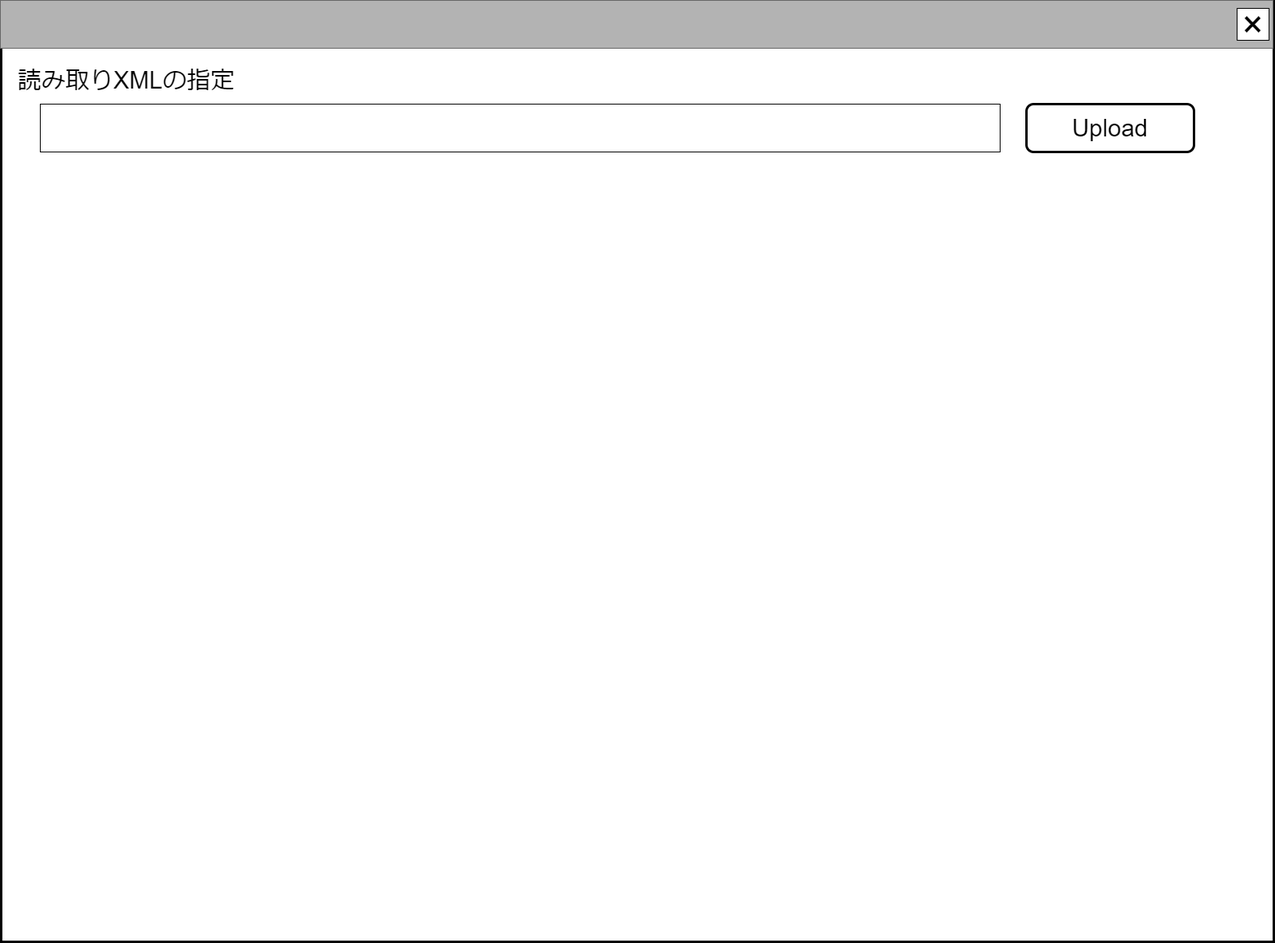
Earlier version of the draw.io export docs/common/front/general_xml_upload/image/汎用XMLアップロード.drawio.png (chiwa2023/investigate-politician-balance-report). Source tidied: cells renumbered, new cells last; positions are measured from the earlier drawing's top-left corner, leaving out a move shared by most shapes.
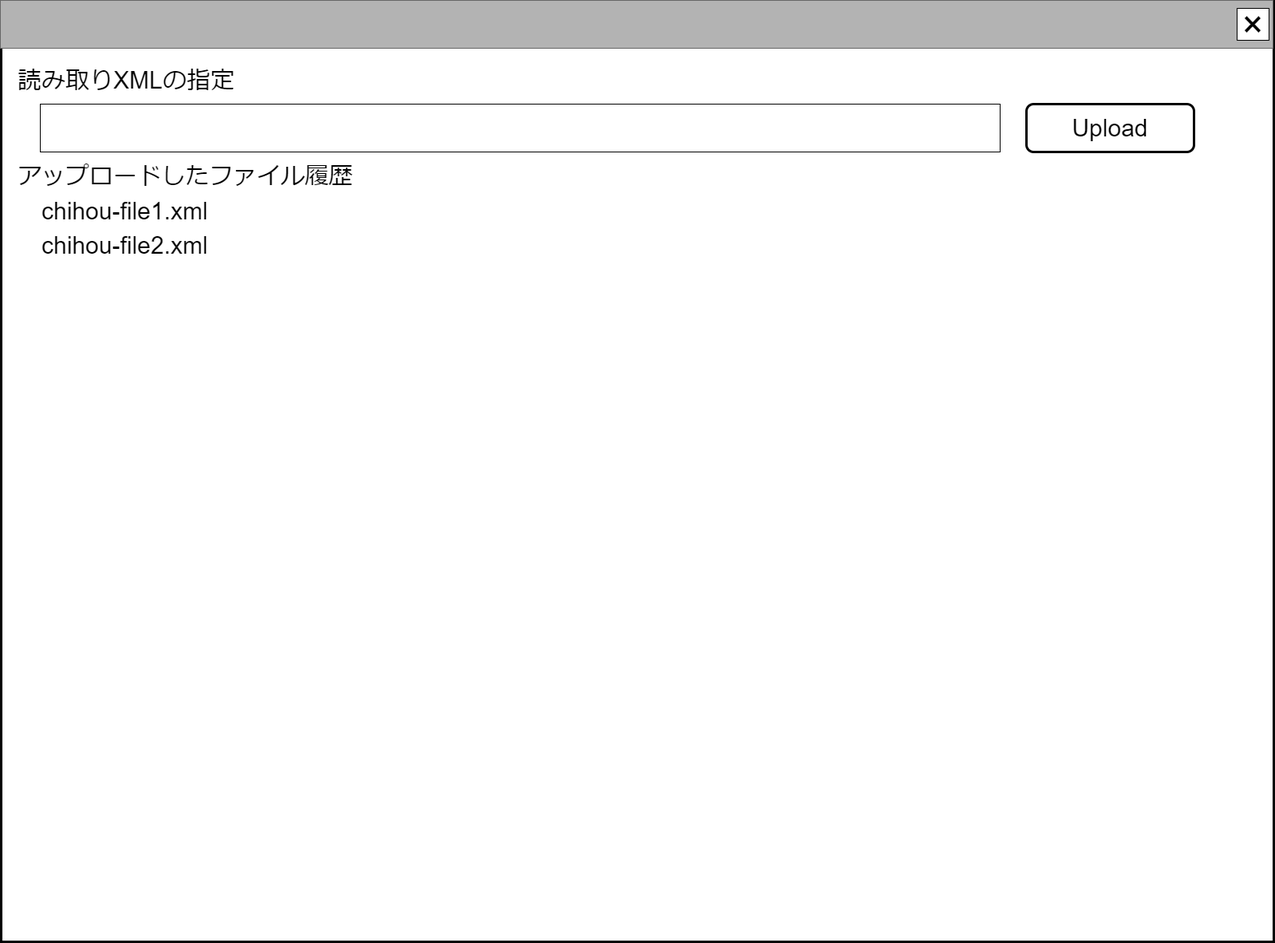
Later version of the same file.

Diff of the diagram source:
```diff
@@ -21,5 +21,14 @@
     <mxCell id="8" style="rounded=0;whiteSpace=wrap;html=1;" parent="5" vertex="1">
       <mxGeometry x="50" y="130" width="1203" height="60" as="geometry" />
     </mxCell>
+    <mxCell id="9" value="&lt;span style=&quot;font-size: 30px;&quot;&gt;アップロードしたファイル履歴&lt;/span&gt;" style="text;html=1;strokeColor=none;fillColor=none;align=left;verticalAlign=middle;whiteSpace=wrap;rounded=0;" parent="5" vertex="1">
+      <mxGeometry x="20" y="200" width="670" height="40" as="geometry" />
+    </mxCell>
+    <mxCell id="10" value="&lt;span style=&quot;font-size: 30px;&quot;&gt;chihou-file1.xml&lt;/span&gt;" style="text;html=1;strokeColor=none;fillColor=none;align=left;verticalAlign=middle;whiteSpace=wrap;rounded=0;" parent="5" vertex="1">
+      <mxGeometry x="50" y="244" width="670" height="40" as="geometry" />
+    </mxCell>
+    <mxCell id="11" value="&lt;span style=&quot;font-size: 30px;&quot;&gt;chihou-file2.xml&lt;/span&gt;" style="text;html=1;strokeColor=none;fillColor=none;align=left;verticalAlign=middle;whiteSpace=wrap;rounded=0;" parent="5" vertex="1">
+      <mxGeometry x="50" y="287" width="670" height="40" as="geometry" />
+    </mxCell>
   </root>
 </mxGraphModel>
```
